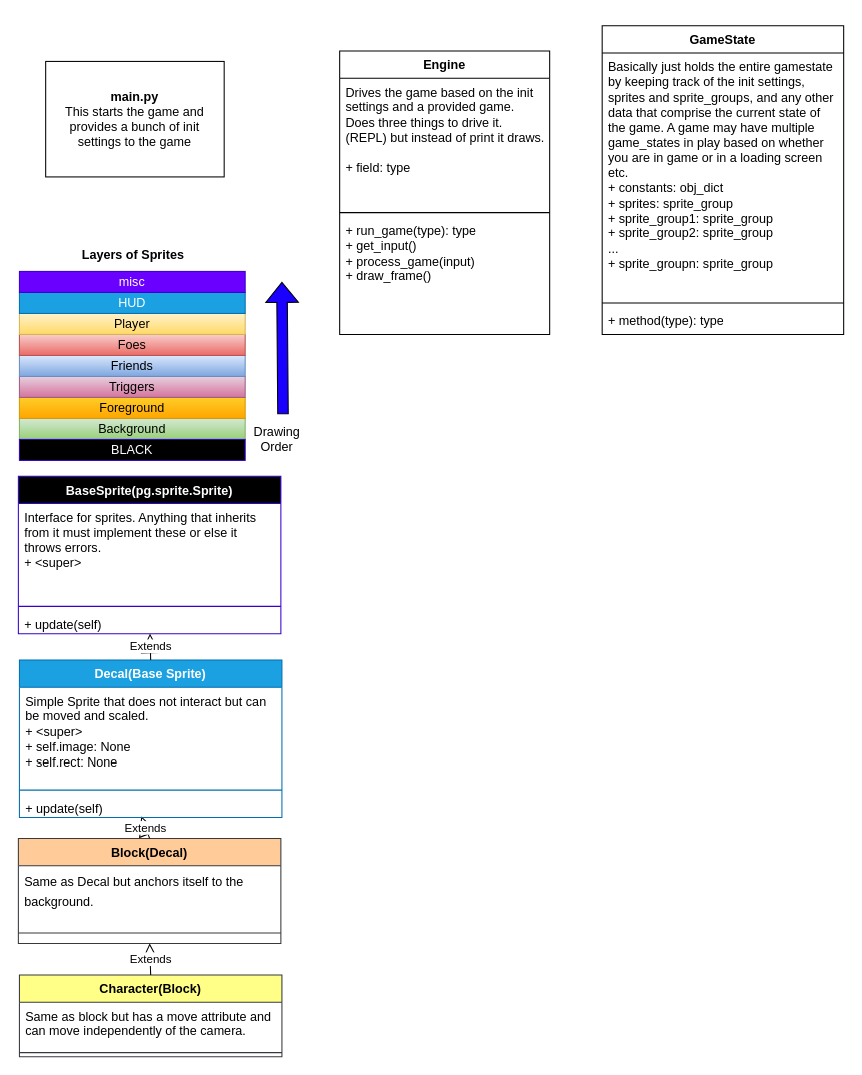
flythereddflagg/RCA keeps this draw.io diagram as docs/state_map.drawio. Above is the earlier version. Source tidied: cells renumbered, new cells numbered last; positions are measured from the earlier drawing's top-left corner, leaving out a move shared by most shapes. Both pictures are drawn from the tidied source at 105%, with x=0, y=0 at pixel (18, 25).
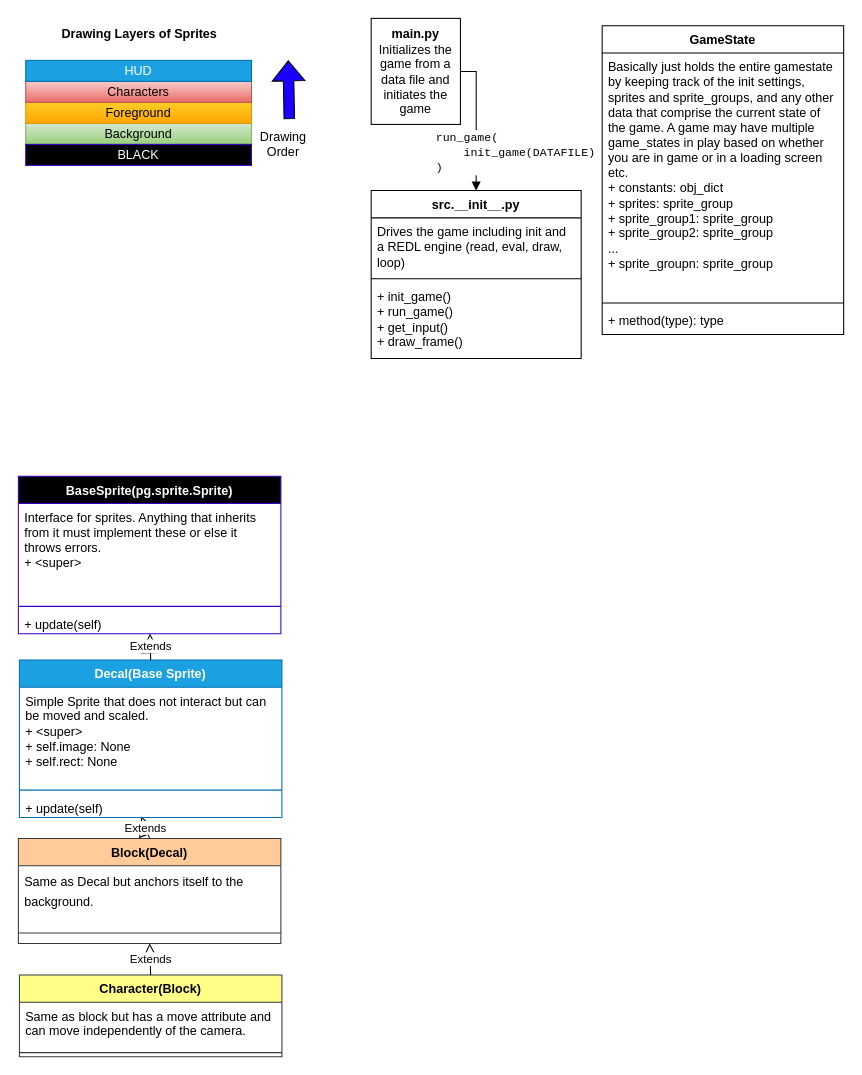
The same page after the edit.

Commit message (it also covers changes not shown here):
need to restructure groups and layers for drawing

What changed in the source:
```diff
@@
-    <mxCell id="2" value="&lt;b&gt;main.py&lt;/b&gt;&lt;br&gt;This starts the game and provides a bunch of init settings to the game" style="html=1;whiteSpace=wrap;" parent="1" vertex="1">
-      <mxGeometry x="26" y="34" width="170" height="110" as="geometry" />
+    <mxCell id="2" value="&lt;b&gt;main.py&lt;/b&gt;&lt;br&gt;Initializes the game from a data file and initiates the game" style="html=1;whiteSpace=wrap;" parent="1" vertex="1">
+      <mxGeometry x="336" y="-7" width="85" height="101" as="geometry" />
     </mxCell>
@@
-    <mxCell id="7" value="Engine" style="swimlane;fontStyle=1;align=center;verticalAlign=top;horizontal=1;startSize=26;whiteSpace=wrap;html=1;" parent="1" vertex="1">
-      <mxGeometry x="306" y="24" width="200" height="270" as="geometry" />
+    <mxCell id="7" value="src.__init__.py" style="swimlane;fontStyle=1;align=center;verticalAlign=top;horizontal=1;startSize=26;whiteSpace=wrap;html=1;" parent="1" vertex="1">
+      <mxGeometry x="336" y="157" width="200" height="160" as="geometry" />
     </mxCell>
-    <mxCell id="8" value="Drives the game based on the init settings and a provided game.&lt;br&gt;Does three things to drive it. (REPL) but instead of print it draws.&lt;br&gt;&lt;br&gt;+ field: type" style="text;strokeColor=none;fillColor=none;align=left;verticalAlign=top;spacingLeft=4;spacingRight=4;overflow=hidden;whiteSpace=wrap;html=1;" parent="7" vertex="1">
-      <mxGeometry y="26" width="200" height="124" as="geometry" />
+    <mxCell id="8" value="Drives the game including init and a REDL engine (read, eval, draw, loop)&lt;br&gt;" style="text;strokeColor=none;fillColor=none;align=left;verticalAlign=top;spacingLeft=4;spacingRight=4;overflow=hidden;whiteSpace=wrap;html=1;" parent="7" vertex="1">
+      <mxGeometry y="26" width="200" height="54" as="geometry" />
     </mxCell>
     <mxCell id="9" style="line;strokeWidth=1;fillColor=none;align=left;verticalAlign=middle;spacingTop=-1;spacingLeft=3;spacingRight=3;labelPosition=right;strokeColor=inherit;" parent="7" vertex="1">
-      <mxGeometry y="150" width="200" height="8" as="geometry" />
+      <mxGeometry y="80" width="200" height="8" as="geometry" />
     </mxCell>
-    <mxCell id="10" value="+ run_game(type): type&lt;br&gt;+ get_input()&lt;br&gt;+ process_game(input)&lt;br&gt;+ draw_frame()" style="text;strokeColor=none;fillColor=none;align=left;verticalAlign=top;spacingLeft=4;spacingRight=4;overflow=hidden;whiteSpace=wrap;html=1;" parent="7" vertex="1">
-      <mxGeometry y="158" width="200" height="112" as="geometry" />
+    <mxCell id="10" value="+ init_game()&lt;br&gt;+ run_game()&lt;br&gt;+ get_input()&lt;br&gt;+ draw_frame()" style="text;strokeColor=none;fillColor=none;align=left;verticalAlign=top;spacingLeft=4;spacingRight=4;overflow=hidden;whiteSpace=wrap;html=1;" parent="7" vertex="1">
+      <mxGeometry y="88" width="200" height="72" as="geometry" />
     </mxCell>
@@
     <mxCell id="15" value="Background" style="html=1;whiteSpace=wrap;fillColor=#d5e8d4;gradientColor=#97d077;strokeColor=#82b366;" parent="1" vertex="1">
-      <mxGeometry x="1" y="374" width="215" height="20" as="geometry" />
+      <mxGeometry x="7" y="93" width="215" height="20" as="geometry" />
     </mxCell>
-    <mxCell id="16" value="Layers of Sprites" style="text;html=1;align=center;verticalAlign=middle;strokeColor=none;fillColor=none;fontStyle=1;" parent="1" vertex="1">
-      <mxGeometry x="48.5" y="204" width="120" height="30" as="geometry" />
+    <mxCell id="16" value="Drawing Layers of Sprites" style="text;html=1;align=center;verticalAlign=middle;strokeColor=none;fillColor=none;fontStyle=1;" parent="1" vertex="1">
+      <mxGeometry x="29.5" y="-7" width="170" height="30" as="geometry" />
     </mxCell>
     <mxCell id="17" value="BLACK" style="html=1;whiteSpace=wrap;fillColor=#000000;strokeColor=#3700CC;fontColor=#ffffff;" parent="1" vertex="1">
-      <mxGeometry x="1" y="394" width="215" height="20" as="geometry" />
+      <mxGeometry x="7" y="113" width="215" height="20" as="geometry" />
     </mxCell>
     <mxCell id="18" value="Foreground" style="html=1;whiteSpace=wrap;fillColor=#ffcd28;gradientColor=#ffa500;strokeColor=#d79b00;" parent="1" vertex="1">
-      <mxGeometry x="1" y="354" width="215" height="20" as="geometry" />
+      <mxGeometry x="7" y="73" width="215" height="20" as="geometry" />
     </mxCell>
-    <mxCell id="19" value="Triggers" style="html=1;whiteSpace=wrap;fillColor=#e6d0de;gradientColor=#d5739d;strokeColor=#996185;" parent="1" vertex="1">
-      <mxGeometry x="1" y="334" width="215" height="20" as="geometry" />
-    </mxCell>
-    <mxCell id="20" value="Friends" style="html=1;whiteSpace=wrap;fillColor=#dae8fc;gradientColor=#7ea6e0;strokeColor=#6c8ebf;" parent="1" vertex="1">
-      <mxGeometry x="1" y="314" width="215" height="20" as="geometry" />
-    </mxCell>
-    <mxCell id="21" value="Foes" style="html=1;whiteSpace=wrap;fillColor=#f8cecc;gradientColor=#ea6b66;strokeColor=#b85450;" parent="1" vertex="1">
-      <mxGeometry x="1" y="294" width="215" height="20" as="geometry" />
+    <mxCell id="21" value="Characters" style="html=1;whiteSpace=wrap;fillColor=#f8cecc;gradientColor=#ea6b66;strokeColor=#b85450;" parent="1" vertex="1">
+      <mxGeometry x="7" y="53" width="215" height="20" as="geometry" />
     </mxCell>
-    <mxCell id="22" value="Player" style="html=1;whiteSpace=wrap;fillColor=#fff2cc;gradientColor=#ffd966;strokeColor=#d6b656;" parent="1" vertex="1">
-      <mxGeometry x="1" y="274" width="215" height="20" as="geometry" />
-    </mxCell>
     <mxCell id="23" value="HUD" style="html=1;whiteSpace=wrap;fillColor=#1ba1e2;strokeColor=#006EAF;fontColor=#ffffff;" parent="1" vertex="1">
-      <mxGeometry x="1" y="254" width="215" height="20" as="geometry" />
+      <mxGeometry x="7" y="33" width="215" height="20" as="geometry" />
     </mxCell>
-    <mxCell id="24" value="misc" style="html=1;whiteSpace=wrap;fillColor=#6a00ff;strokeColor=#3700CC;fontColor=#ffffff;" parent="1" vertex="1">
-      <mxGeometry x="1" y="234" width="215" height="20" as="geometry" />
-    </mxCell>
     <mxCell id="25" style="shape=flexArrow;endArrow=classic;html=1;rounded=0;fillColor=#1900FF;exitX=0.586;exitY=-0.1;exitDx=0;exitDy=0;exitPerimeter=0;" parent="1" edge="1" source="26">
       <mxGeometry relative="1" as="geometry">
-        <mxPoint x="251" y="244" as="targetPoint" />
+        <mxPoint x="257" y="33" as="targetPoint" />
       </mxGeometry>
     </mxCell>
     <mxCell id="26" value="Drawing&lt;br&gt;Order" style="text;html=1;align=center;verticalAlign=middle;points=[];strokeColor=none;fillColor=none;" parent="1" vertex="1">
-      <mxGeometry x="211" y="374" width="70" height="40" as="geometry" />
+      <mxGeometry x="217" y="93" width="70" height="40" as="geometry" />
     </mxCell>
@@
+    <mxCell id="40" value="&lt;div style=&quot;&quot;&gt;&lt;font face=&quot;Courier New&quot;&gt;run_game(&lt;/font&gt;&lt;/div&gt;&lt;font face=&quot;Courier New&quot;&gt;&amp;nbsp; &amp;nbsp; init_game(DATAFILE)&lt;br&gt;)&lt;/font&gt;" style="html=1;verticalAlign=bottom;endArrow=block;rounded=0;exitX=1;exitY=0.5;exitDx=0;exitDy=0;entryX=0.5;entryY=0;entryDx=0;entryDy=0;edgeStyle=orthogonalEdgeStyle;align=left;" parent="1" edge="1" source="2" target="7">
+      <mxGeometry x="0.81" y="-40" relative="1" as="geometry" />
+    </mxCell>
```
